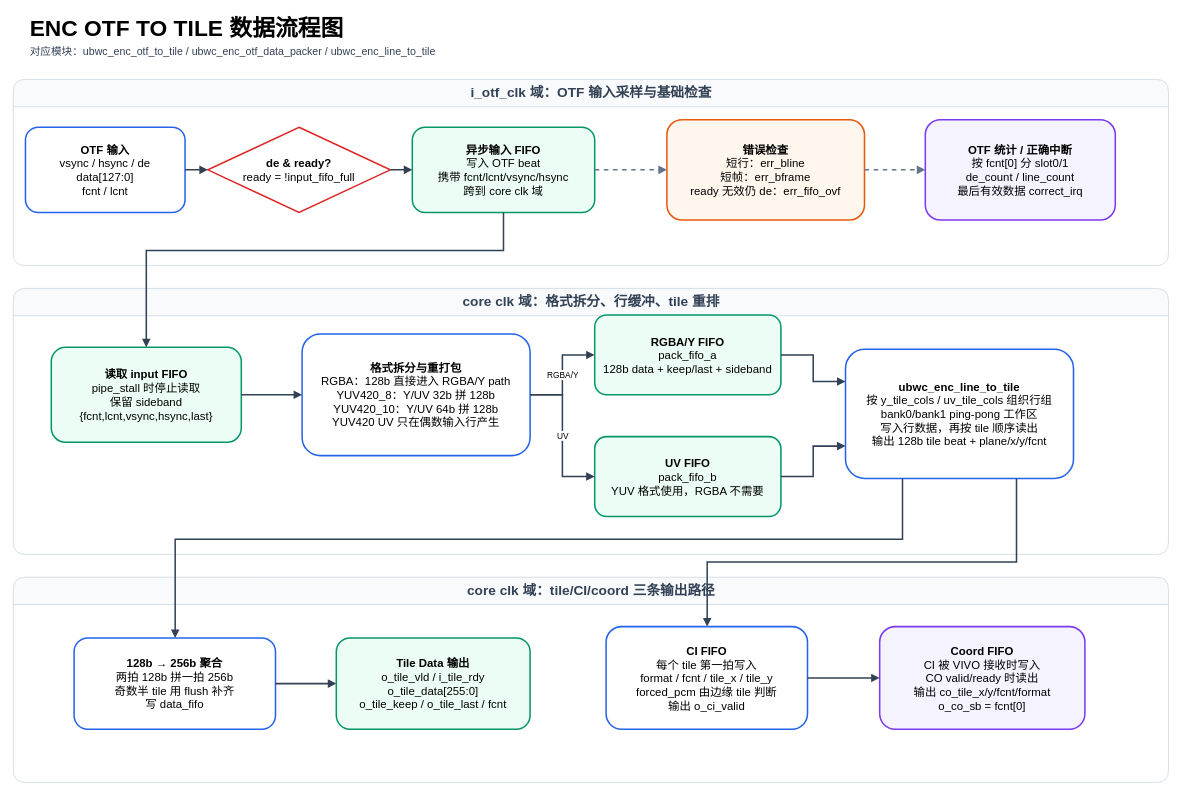
This is docs/ubwc_otf_to_tile_flowchart_cn.drawio from luckymiaojw/ubwc, a draw.io file, before an edit. Source tidied: cells renumbered, new cells numbered last; positions are measured from the earlier drawing's top-left corner, leaving out a move shared by most shapes. Both pictures are drawn from the tidied source at 76%, with x=0, y=0 at pixel (13, 13).
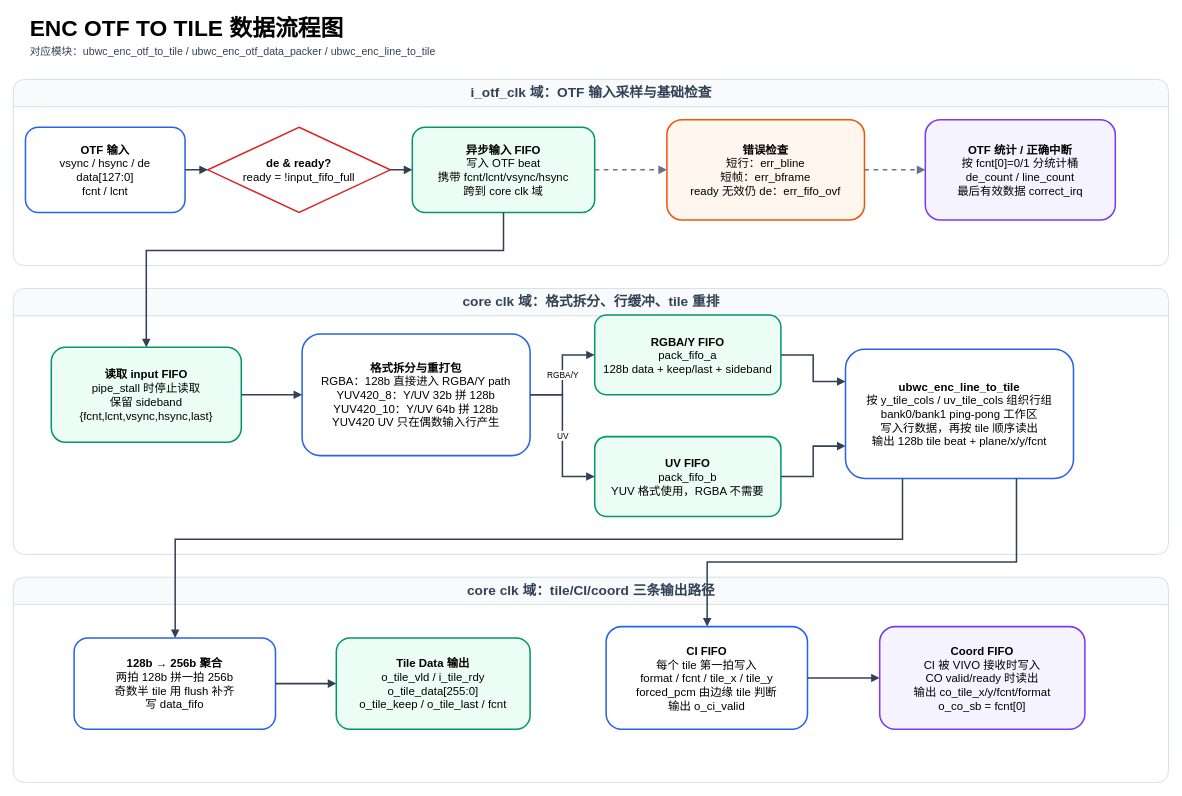
After the change.

Change to the diagram source:
```diff
@@
-    <mxCell id="10" value="&lt;b&gt;OTF 统计 / 正确中断&lt;/b&gt;&lt;br&gt;按 fcnt[0] 分 slot0/1&lt;br&gt;de_count / line_count&lt;br&gt;最后有效数据 correct_irq" style="rounded=1;whiteSpace=wrap;html=1;fillColor=#f5f3ff;strokeColor=#7c3aed;strokeWidth=2;fontSize=15;" parent="1" vertex="1">
+    <mxCell id="10" value="&lt;b&gt;OTF 统计 / 正确中断&lt;/b&gt;&lt;br&gt;按 fcnt[0]=0/1 分统计桶&lt;br&gt;de_count / line_count&lt;br&gt;最后有效数据 correct_irq" style="rounded=1;whiteSpace=wrap;html=1;fillColor=#f5f3ff;strokeColor=#7c3aed;strokeWidth=2;fontSize=15;" parent="1" vertex="1">
       <mxGeometry x="1200" y="140" width="250" height="132" as="geometry" />
     </mxCell>
```
